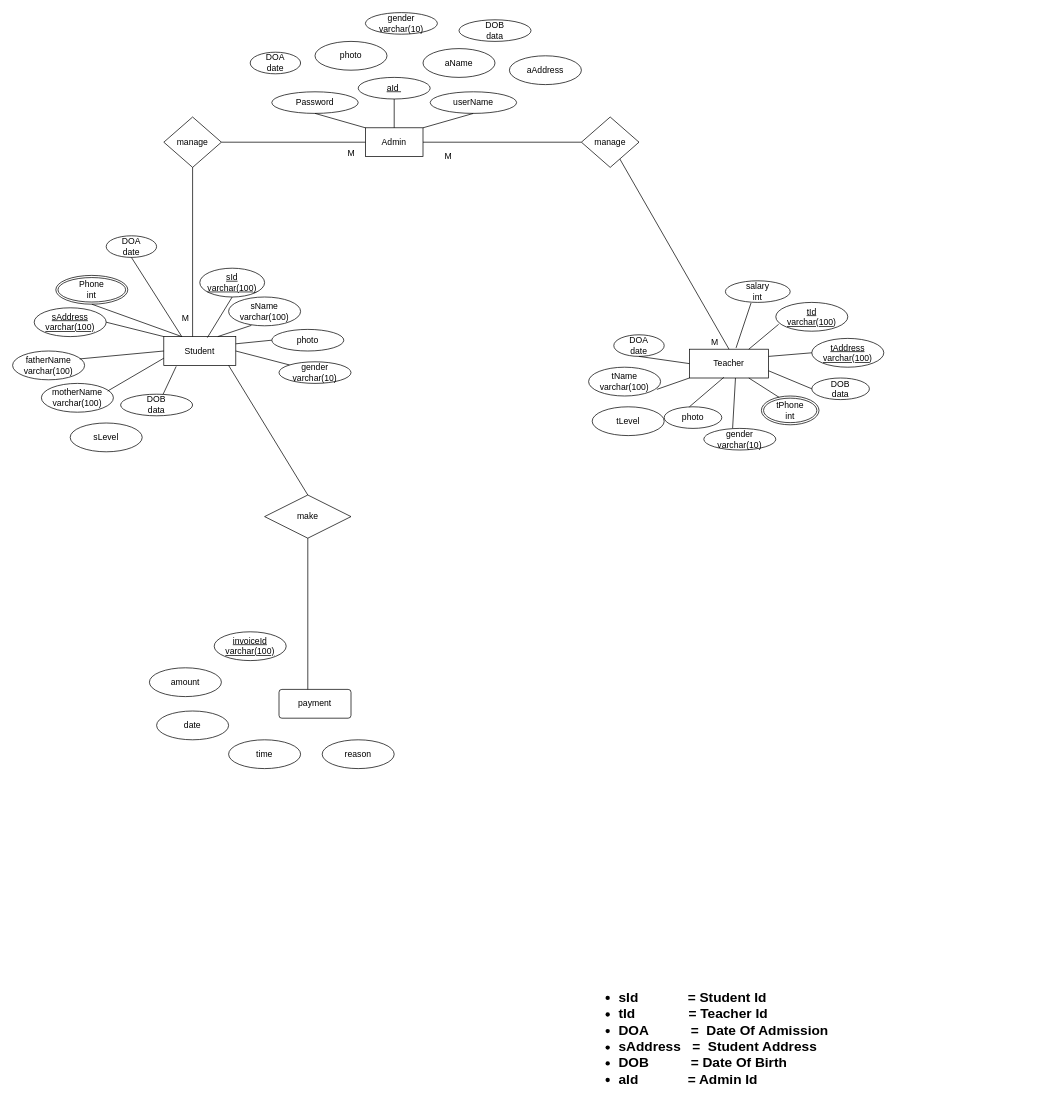
This is ER-Diagram.drawio from Dulara-Akalanka/Group-Software-Project, a draw.io file, before an edit. Source tidied: cells renumbered, new cells numbered last; positions are measured from the earlier drawing's top-left corner, leaving out a move shared by most shapes. Both pictures are drawn from the tidied source at 72%, with x=0, y=0 at pixel (12, 12).
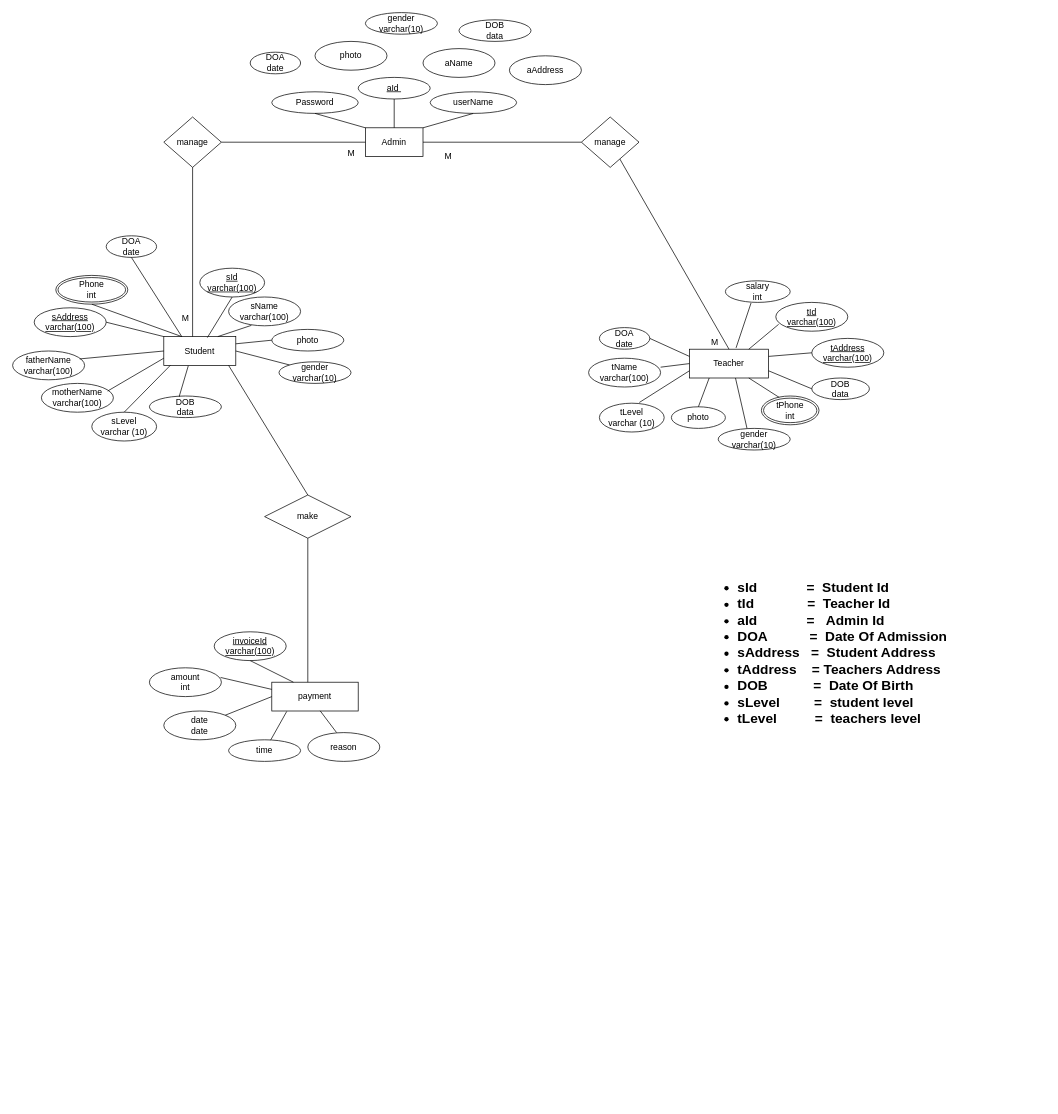
The same page after the edit.

Unchanged cells that the change refers to:
```xml
<mxCell id="2" value="Student" style="whiteSpace=wrap;html=1;align=center;" parent="1" vertex="1">
  <mxGeometry x="210" y="450" width="100" height="40" as="geometry" />
</mxCell>
<mxCell id="3" value="Teacher" style="whiteSpace=wrap;html=1;align=center;" parent="1" vertex="1">
  <mxGeometry x="940" y="467.5" width="110" height="40" as="geometry" />
</mxCell>
<mxCell id="67" value="invoiceId&lt;br&gt;varchar(100)" style="ellipse;whiteSpace=wrap;html=1;align=center;fontStyle=4;" parent="1" vertex="1">
  <mxGeometry x="280" y="860" width="100" height="40" as="geometry" />
</mxCell>
```

The edit, as a diff of the source:
```diff
@@
     <mxCell id="7" value="tName&lt;br&gt;varchar(100)" style="ellipse;whiteSpace=wrap;html=1;align=center;" parent="1" vertex="1">
-      <mxGeometry x="800" y="492.5" width="100" height="40" as="geometry" />
+      <mxGeometry x="800" y="480" width="100" height="40" as="geometry" />
     </mxCell>
@@
     <mxCell id="14" value="DOB&lt;br&gt;data" style="ellipse;whiteSpace=wrap;html=1;align=center;" parent="1" vertex="1">
-      <mxGeometry x="150" y="530" width="100" height="30" as="geometry" />
+      <mxGeometry x="190" y="532.5" width="100" height="30" as="geometry" />
     </mxCell>
@@
     <mxCell id="17" value="photo" style="ellipse;whiteSpace=wrap;html=1;align=center;" parent="1" vertex="1">
-      <mxGeometry x="905" y="547.5" width="80" height="30" as="geometry" />
+      <mxGeometry x="915" y="547.5" width="75" height="30" as="geometry" />
     </mxCell>
@@
-    <mxCell id="22" style="endArrow=none;html=1;rounded=0;entryX=0.172;entryY=1.035;entryDx=0;entryDy=0;entryPerimeter=0;exitX=0.588;exitY=0.02;exitDx=0;exitDy=0;exitPerimeter=0;" parent="1" edge="1" source="14" target="2">
+    <mxCell id="22" style="endArrow=none;html=1;rounded=0;entryX=0.34;entryY=1.015;entryDx=0;entryDy=0;entryPerimeter=0;exitX=0.412;exitY=0.043;exitDx=0;exitDy=0;exitPerimeter=0;" parent="1" edge="1" source="14" target="2">
       <mxGeometry relative="1" as="geometry" />
     </mxCell>
@@
     <mxCell id="28" value="gender&lt;br&gt;varchar(10)" style="ellipse;whiteSpace=wrap;html=1;align=center;" parent="1" vertex="1">
-      <mxGeometry x="960" y="577.5" width="100" height="30" as="geometry" />
+      <mxGeometry x="980" y="577.5" width="100" height="30" as="geometry" />
     </mxCell>
@@
     <mxCell id="43" value="DOA&lt;br&gt;date" style="ellipse;whiteSpace=wrap;html=1;direction=south;" parent="1" vertex="1">
-      <mxGeometry x="835" y="447.5" width="70" height="30" as="geometry" />
+      <mxGeometry x="815" y="437.5" width="70" height="30" as="geometry" />
     </mxCell>
@@
-    <mxCell id="46" style="endArrow=none;html=1;rounded=0;exitX=0;exitY=0.5;exitDx=0;exitDy=0;entryX=1;entryY=0.5;entryDx=0;entryDy=0;" parent="1" edge="1" source="3" target="43">
+    <mxCell id="46" style="endArrow=none;html=1;rounded=0;exitX=0;exitY=0.25;exitDx=0;exitDy=0;entryX=0.5;entryY=0;entryDx=0;entryDy=0;" parent="1" edge="1" source="3" target="43">
       <mxGeometry relative="1" as="geometry" />
     </mxCell>
-    <mxCell id="47" style="endArrow=none;html=1;rounded=0;exitX=0;exitY=1;exitDx=0;exitDy=0;entryX=0.948;entryY=0.77;entryDx=0;entryDy=0;entryPerimeter=0;" parent="1" edge="1" source="3" target="7">
+    <mxCell id="47" style="endArrow=none;html=1;rounded=0;exitX=0;exitY=0.5;exitDx=0;exitDy=0;entryX=1;entryY=0.312;entryDx=0;entryDy=0;entryPerimeter=0;" parent="1" edge="1" source="3" target="7">
       <mxGeometry relative="1" as="geometry" />
     </mxCell>
-    <mxCell id="48" style="endArrow=none;html=1;rounded=0;entryX=0.436;entryY=0.975;entryDx=0;entryDy=0;entryPerimeter=0;" parent="1" edge="1" target="3">
-      <mxGeometry relative="1" as="geometry">
-        <mxPoint x="940" y="547.5" as="sourcePoint" />
-      </mxGeometry>
+    <mxCell id="48" style="endArrow=none;html=1;rounded=0;entryX=0.25;entryY=1;entryDx=0;entryDy=0;exitX=0.5;exitY=0;exitDx=0;exitDy=0;" parent="1" edge="1" source="17" target="3">
+      <mxGeometry relative="1" as="geometry" />
     </mxCell>
@@
-    <mxCell id="55" value="&lt;blockquote style=&quot;margin: 0 0 0 40px; border: none; padding: 0px;&quot;&gt;&lt;div style=&quot;&quot;&gt;&lt;div style=&quot;font-size: 19px;&quot;&gt;&lt;ul&gt;&lt;li&gt;&lt;b&gt;&lt;span style=&quot;background-color: initial;&quot;&gt;sId&amp;nbsp; &amp;nbsp; &amp;nbsp; &amp;nbsp; &amp;nbsp; &amp;nbsp; &amp;nbsp;=&amp;nbsp;&lt;/span&gt;&lt;span style=&quot;background-color: initial;&quot;&gt;Student Id&lt;/span&gt;&lt;/b&gt;&lt;/li&gt;&lt;li&gt;&lt;span style=&quot;background-color: initial;&quot;&gt;&lt;b&gt;tId&amp;nbsp; &amp;nbsp; &amp;nbsp; &amp;nbsp; &amp;nbsp; &amp;nbsp; &amp;nbsp; = Teacher Id&amp;nbsp; &amp;nbsp; &amp;nbsp; &amp;nbsp; &amp;nbsp; &amp;nbsp; &amp;nbsp;&amp;nbsp;&lt;/b&gt;&lt;/span&gt;&lt;/li&gt;&lt;li&gt;&lt;span style=&quot;background-color: initial;&quot;&gt;&lt;b&gt;DOA&amp;nbsp; &amp;nbsp; &amp;nbsp; &amp;nbsp; &amp;nbsp; &amp;nbsp;=&amp;nbsp; Date Of Admission&lt;/b&gt;&lt;/span&gt;&lt;/li&gt;&lt;li&gt;&lt;span style=&quot;background-color: initial;&quot;&gt;&lt;b&gt;sAddress&amp;nbsp; &amp;nbsp;=&amp;nbsp; Student Address&lt;/b&gt;&lt;/span&gt;&lt;/li&gt;&lt;li&gt;&lt;span style=&quot;background-color: initial;&quot;&gt;&lt;b&gt;DOB&amp;nbsp; &amp;nbsp; &amp;nbsp; &amp;nbsp; &amp;nbsp; &amp;nbsp;= Date Of Birth&lt;/b&gt;&lt;/span&gt;&lt;/li&gt;&lt;li&gt;&lt;b&gt;aId&amp;nbsp; &amp;nbsp; &amp;nbsp; &amp;nbsp; &amp;nbsp; &amp;nbsp; &amp;nbsp;= Admin Id&lt;/b&gt;&lt;/li&gt;&lt;/ul&gt;&lt;/div&gt;&lt;/div&gt;&lt;/blockquote&gt;" style="text;html=1;strokeColor=none;fillColor=none;align=left;verticalAlign=middle;whiteSpace=wrap;rounded=0;" parent="1" vertex="1">
-      <mxGeometry x="760" y="1360" width="460" height="130" as="geometry" />
+    <mxCell id="55" value="&lt;blockquote style=&quot;margin: 0 0 0 40px; border: none; padding: 0px;&quot;&gt;&lt;div style=&quot;&quot;&gt;&lt;div style=&quot;font-size: 19px;&quot;&gt;&lt;ul&gt;&lt;li&gt;&lt;b&gt;&lt;span style=&quot;background-color: initial;&quot;&gt;sId&amp;nbsp; &amp;nbsp; &amp;nbsp; &amp;nbsp; &amp;nbsp; &amp;nbsp; &amp;nbsp;=&amp;nbsp;&amp;nbsp;&lt;/span&gt;&lt;span style=&quot;background-color: initial;&quot;&gt;Student Id&lt;/span&gt;&lt;/b&gt;&lt;/li&gt;&lt;li&gt;&lt;span style=&quot;background-color: initial;&quot;&gt;&lt;b&gt;tId&amp;nbsp; &amp;nbsp; &amp;nbsp; &amp;nbsp; &amp;nbsp; &amp;nbsp; &amp;nbsp; =&amp;nbsp; Teacher Id&amp;nbsp;&amp;nbsp;&lt;/b&gt;&lt;/span&gt;&lt;/li&gt;&lt;li&gt;&lt;span style=&quot;background-color: initial;&quot;&gt;&lt;b&gt;aId&amp;nbsp; &amp;nbsp; &amp;nbsp; &amp;nbsp; &amp;nbsp; &amp;nbsp; &amp;nbsp;=&amp;nbsp; &amp;nbsp;&lt;b style=&quot;border-color: var(--border-color);&quot;&gt;Admin Id&lt;/b&gt;&amp;nbsp;&amp;nbsp; &amp;nbsp; &amp;nbsp; &amp;nbsp; &amp;nbsp;&amp;nbsp;&lt;/b&gt;&lt;/span&gt;&lt;/li&gt;&lt;li&gt;&lt;span style=&quot;background-color: initial;&quot;&gt;&lt;b&gt;DOA&amp;nbsp; &amp;nbsp; &amp;nbsp; &amp;nbsp; &amp;nbsp; &amp;nbsp;=&amp;nbsp; Date Of Admission&lt;/b&gt;&lt;/span&gt;&lt;/li&gt;&lt;li&gt;&lt;span style=&quot;background-color: initial;&quot;&gt;&lt;b&gt;sAddress&amp;nbsp; &amp;nbsp;=&amp;nbsp; Student Address&lt;/b&gt;&lt;/span&gt;&lt;/li&gt;&lt;li&gt;&lt;span style=&quot;background-color: initial;&quot;&gt;&lt;b&gt;tAddress&amp;nbsp; &amp;nbsp; = Teachers Address&lt;/b&gt;&lt;/span&gt;&lt;/li&gt;&lt;li&gt;&lt;span style=&quot;background-color: initial;&quot;&gt;&lt;b&gt;DOB&amp;nbsp; &amp;nbsp; &amp;nbsp; &amp;nbsp; &amp;nbsp; &amp;nbsp; =&amp;nbsp; Date Of Birth&lt;/b&gt;&lt;/span&gt;&lt;/li&gt;&lt;li&gt;&lt;span style=&quot;background-color: initial;&quot;&gt;&lt;b&gt;sLevel&amp;nbsp; &amp;nbsp; &amp;nbsp; &amp;nbsp; &amp;nbsp;=&amp;nbsp; student level&lt;/b&gt;&lt;/span&gt;&lt;/li&gt;&lt;li&gt;&lt;span style=&quot;background-color: initial;&quot;&gt;&lt;b&gt;tLevel&amp;nbsp; &amp;nbsp; &amp;nbsp; &amp;nbsp; &amp;nbsp; =&amp;nbsp; teachers level&lt;/b&gt;&lt;/span&gt;&lt;/li&gt;&lt;/ul&gt;&lt;/div&gt;&lt;/div&gt;&lt;/blockquote&gt;" style="text;html=1;strokeColor=none;fillColor=none;align=left;verticalAlign=middle;whiteSpace=wrap;rounded=0;" parent="1" vertex="1">
+      <mxGeometry x="925" y="700" width="510" height="380" as="geometry" />
     </mxCell>
@@
-    <mxCell id="62" value="payment" style="rounded=1;arcSize=10;whiteSpace=wrap;html=1;align=center;" parent="1" vertex="1">
-      <mxGeometry x="370" y="940" width="100" height="40" as="geometry" />
-    </mxCell>
@@
-    <mxCell id="66" value="amount" style="ellipse;whiteSpace=wrap;html=1;align=center;" parent="1" vertex="1">
+    <mxCell id="66" value="amount&lt;br&gt;int" style="ellipse;whiteSpace=wrap;html=1;align=center;" parent="1" vertex="1">
       <mxGeometry x="190" y="910" width="100" height="40" as="geometry" />
     </mxCell>
@@
-    <mxCell id="68" value="date" style="ellipse;whiteSpace=wrap;html=1;align=center;" parent="1" vertex="1">
-      <mxGeometry x="200" y="970" width="100" height="40" as="geometry" />
+    <mxCell id="68" value="date&lt;br&gt;date" style="ellipse;whiteSpace=wrap;html=1;align=center;" parent="1" vertex="1">
+      <mxGeometry x="210" y="970" width="100" height="40" as="geometry" />
     </mxCell>
     <mxCell id="69" value="time" style="ellipse;whiteSpace=wrap;html=1;align=center;" parent="1" vertex="1">
-      <mxGeometry x="300" y="1010" width="100" height="40" as="geometry" />
+      <mxGeometry x="300" y="1010" width="100" height="30" as="geometry" />
     </mxCell>
@@
     <mxCell id="74" value="reason" style="ellipse;whiteSpace=wrap;html=1;align=center;" parent="1" vertex="1">
-      <mxGeometry x="430" y="1010" width="100" height="40" as="geometry" />
+      <mxGeometry x="410" y="1000" width="100" height="40" as="geometry" />
     </mxCell>
@@
-    <mxCell id="77" value="sLevel" style="ellipse;whiteSpace=wrap;html=1;align=center;" parent="1" vertex="1">
-      <mxGeometry x="80" y="570" width="100" height="40" as="geometry" />
-    </mxCell>
-    <mxCell id="78" value="tLevel" style="ellipse;whiteSpace=wrap;html=1;align=center;" parent="1" vertex="1">
-      <mxGeometry x="805" y="547.5" width="100" height="40" as="geometry" />
-    </mxCell>
+    <mxCell id="79" value="sLevel&lt;br&gt;varchar (10)" style="ellipse;whiteSpace=wrap;html=1;align=center;" parent="1" vertex="1">
+      <mxGeometry x="110" y="555" width="90" height="40" as="geometry" />
+    </mxCell>
+    <mxCell id="80" value="tLevel&lt;br&gt;varchar (10)" style="ellipse;whiteSpace=wrap;html=1;align=center;" parent="1" vertex="1">
+      <mxGeometry x="815" y="542.5" width="90" height="40" as="geometry" />
+    </mxCell>
+    <mxCell id="81" style="endArrow=none;html=1;rounded=0;entryX=0;entryY=0.75;entryDx=0;entryDy=0;exitX=0.616;exitY=-0.025;exitDx=0;exitDy=0;exitPerimeter=0;" parent="1" edge="1" source="80" target="3">
+      <mxGeometry relative="1" as="geometry" />
+    </mxCell>
+    <mxCell id="82" style="endArrow=none;html=1;rounded=0;entryX=0.092;entryY=0.995;entryDx=0;entryDy=0;entryPerimeter=0;exitX=0.5;exitY=0;exitDx=0;exitDy=0;" parent="1" edge="1" source="79" target="2">
+      <mxGeometry relative="1" as="geometry" />
+    </mxCell>
+    <mxCell id="62" value="payment" style="rounded=0;whiteSpace=wrap;html=1;" parent="1" vertex="1">
+      <mxGeometry x="360" y="930" width="120" height="40" as="geometry" />
+    </mxCell>
+    <mxCell id="83" style="endArrow=none;html=1;rounded=0;entryX=0.25;entryY=0;entryDx=0;entryDy=0;exitX=0.5;exitY=1;exitDx=0;exitDy=0;" parent="1" edge="1" source="67" target="62">
+      <mxGeometry relative="1" as="geometry" />
+    </mxCell>
+    <mxCell id="84" style="endArrow=none;html=1;rounded=0;entryX=0.56;entryY=0.995;entryDx=0;entryDy=0;entryPerimeter=0;" parent="1" edge="1" target="62">
+      <mxGeometry relative="1" as="geometry">
+        <mxPoint x="450" y="1000" as="sourcePoint" />
+      </mxGeometry>
+    </mxCell>
+    <mxCell id="85" style="endArrow=none;html=1;rounded=0;entryX=0.173;entryY=1.015;entryDx=0;entryDy=0;entryPerimeter=0;exitX=0.584;exitY=0.015;exitDx=0;exitDy=0;exitPerimeter=0;" parent="1" edge="1" source="69" target="62">
+      <mxGeometry relative="1" as="geometry" />
+    </mxCell>
+    <mxCell id="86" style="endArrow=none;html=1;rounded=0;entryX=0;entryY=0.25;entryDx=0;entryDy=0;exitX=0.988;exitY=0.335;exitDx=0;exitDy=0;exitPerimeter=0;" parent="1" edge="1" source="66" target="62">
+      <mxGeometry relative="1" as="geometry" />
+    </mxCell>
+    <mxCell id="87" style="endArrow=none;html=1;rounded=0;entryX=0;entryY=0.5;entryDx=0;entryDy=0;exitX=1;exitY=0;exitDx=0;exitDy=0;" parent="1" edge="1" source="68" target="62">
+      <mxGeometry relative="1" as="geometry" />
+    </mxCell>
```
